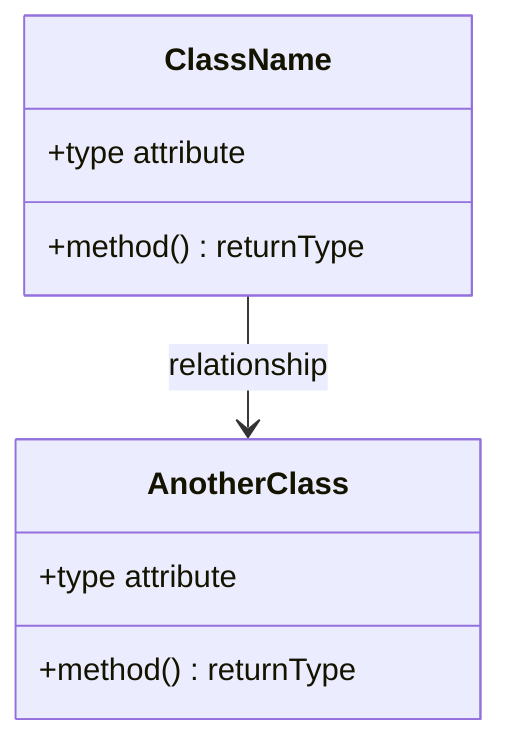
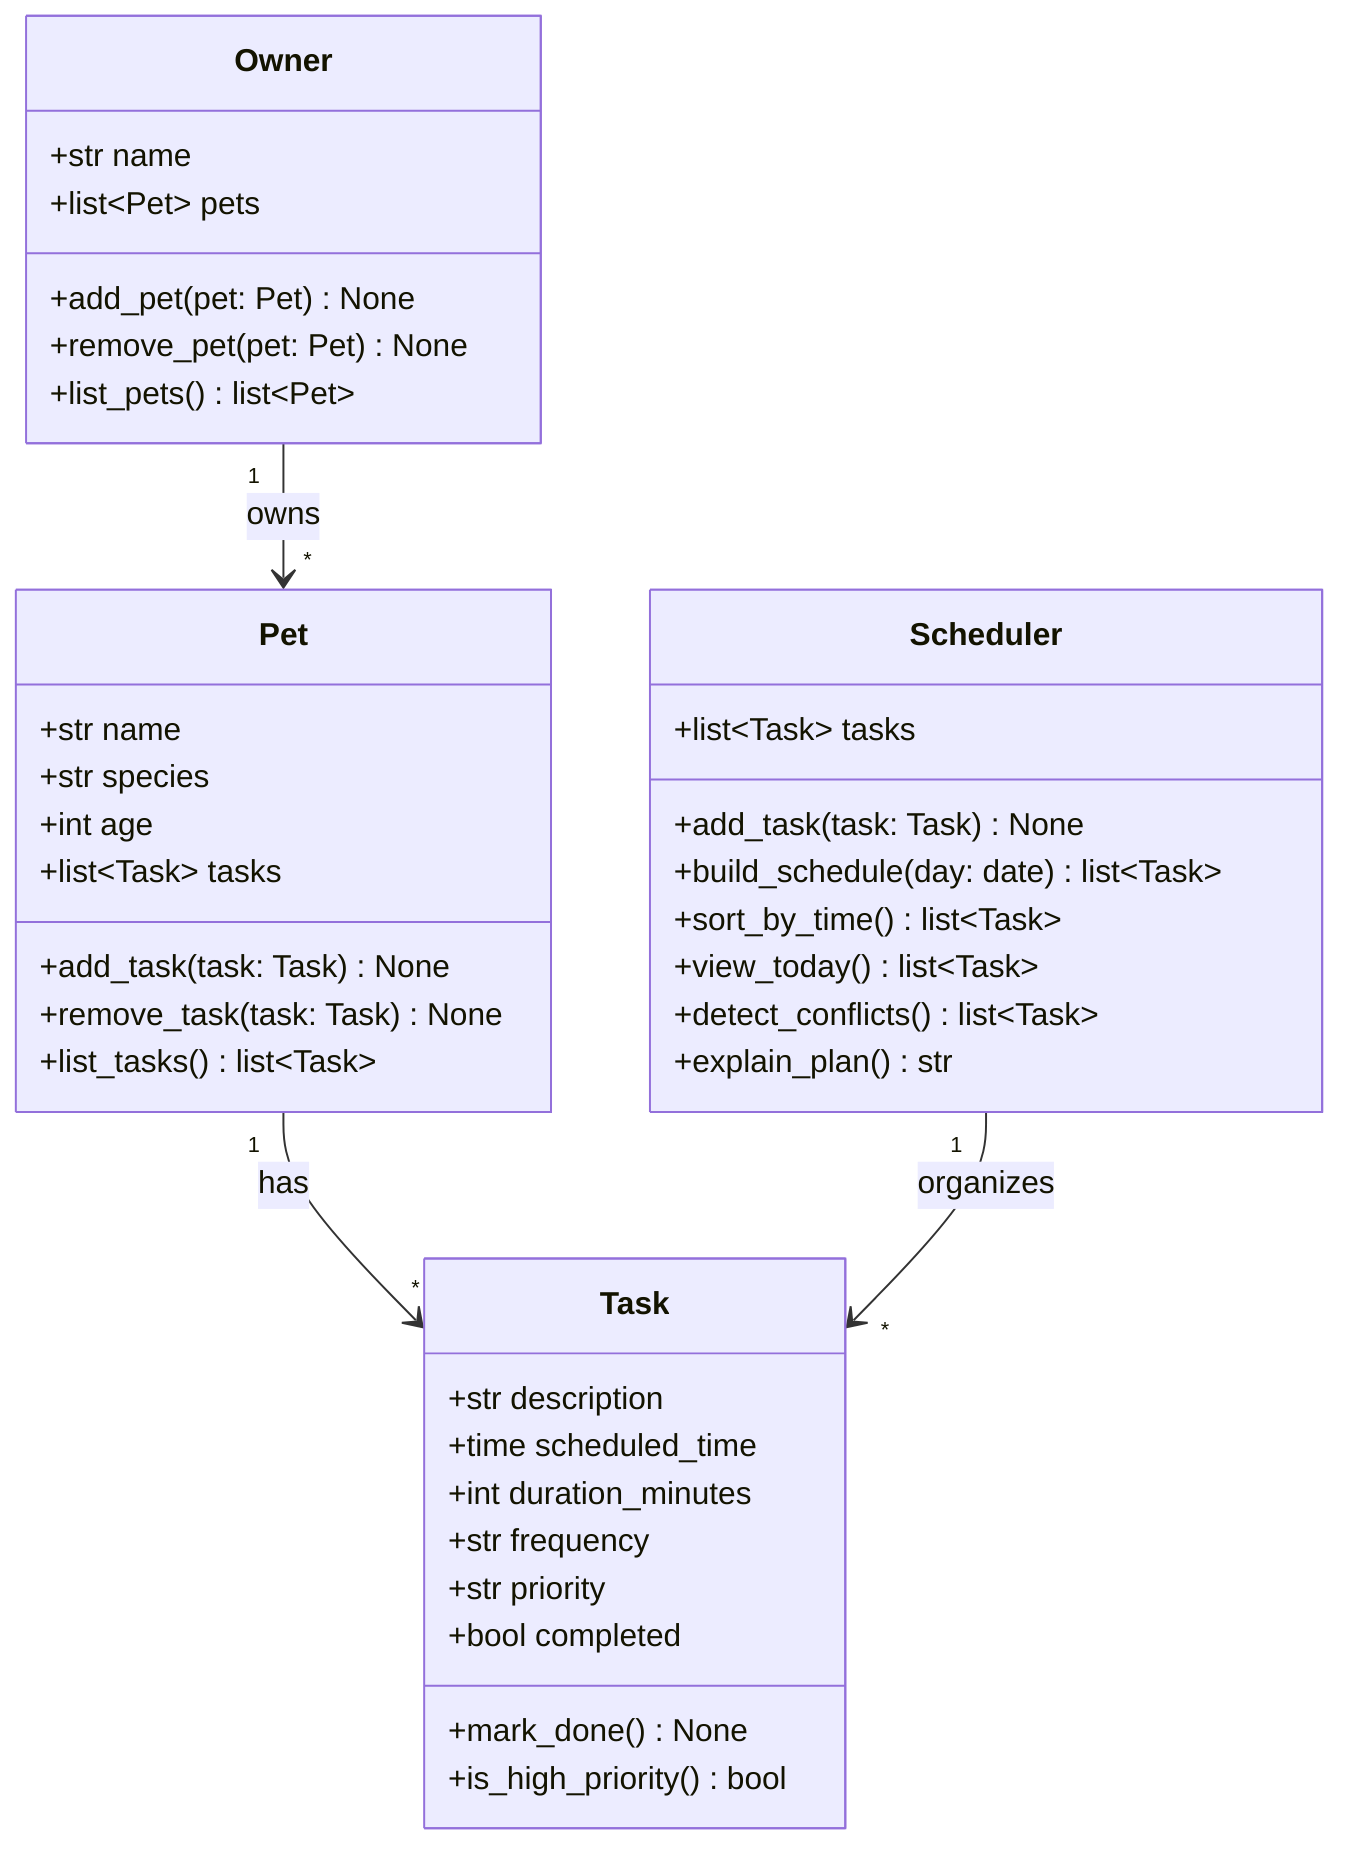
classDiagram
-     %% Replace the placeholders below with your actual classes, attributes, methods, and relationships.
-     %% Keep this file updated so it matches your final implementation.
+     %% PawPal+ class diagram — based on brainstormed design in reflection.md
+     %% Four core classes: Owner, Pet, Task, Scheduler

-     class ClassName {
-         +type attribute
-         +method() returnType
+     class Owner {
+         +str name
+         +list~Pet~ pets
+         +add_pet(pet: Pet) None
+         +remove_pet(pet: Pet) None
+         +list_pets() list~Pet~
    }

-     class AnotherClass {
-         +type attribute
-         +method() returnType
+     class Pet {
+         +str name
+         +str species
+         +int age
+         +list~Task~ tasks
+         +add_task(task: Task) None
+         +remove_task(task: Task) None
+         +list_tasks() list~Task~
    }

-     ClassName --> AnotherClass : relationship
+     class Task {
+         +str description
+         +time scheduled_time
+         +int duration_minutes
+         +str frequency
+         +str priority
+         +bool completed
+         +mark_done() None
+         +is_high_priority() bool
+     }
+ 
+     class Scheduler {
+         +list~Task~ tasks
+         +add_task(task: Task) None
+         +build_schedule(day: date) list~Task~
+         +sort_by_time() list~Task~
+         +view_today() list~Task~
+         +detect_conflicts() list~Task~
+         +explain_plan() str
+     }
+ 
+     Owner "1" --> "*" Pet : owns
+     Pet "1" --> "*" Task : has
+     Scheduler "1" --> "*" Task : organizes
